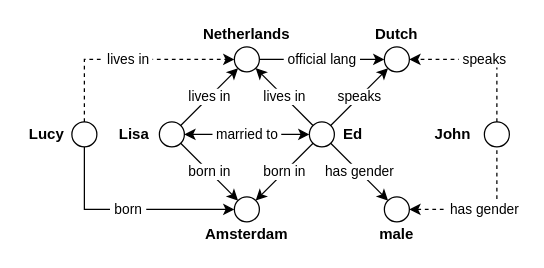
Above: src/1_introduction/knowledge_graph.drawio in TobiasUhmann/thesis-latex (draw.io), before the change. Source tidied: cells renumbered, new cells numbered last; positions are measured from the earlier drawing's top-left corner, leaving out a move shared by most shapes. Both pictures are drawn from the tidied source at 125%, with x=0, y=0 at pixel (21, 21).
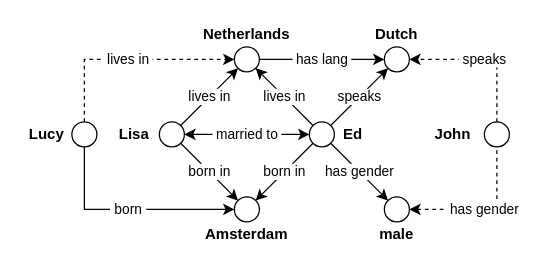
The same diagram, later.

Unchanged cells that the change refers to:
```xml
<mxCell id="14" style="ellipse;whiteSpace=wrap;html=1;" parent="1" vertex="1">
  <mxGeometry x="170" y="20" width="20" height="20" as="geometry" />
</mxCell>
<mxCell id="15" style="ellipse;whiteSpace=wrap;html=1;" parent="1" vertex="1">
  <mxGeometry x="290" y="20" width="20" height="20" as="geometry" />
</mxCell>
```

Diff of the diagram source:
```diff
@@
-    <mxCell id="13" value="&amp;nbsp;official lang&amp;nbsp;" style="edgeStyle=none;rounded=0;jettySize=auto;html=1;" parent="1" edge="1" source="14" target="15">
+    <mxCell id="13" value="&amp;nbsp;has lang&amp;nbsp;" style="edgeStyle=none;rounded=0;jettySize=auto;html=1;" parent="1" edge="1" source="14" target="15">
       <mxGeometry relative="1" as="geometry" />
     </mxCell>
```
